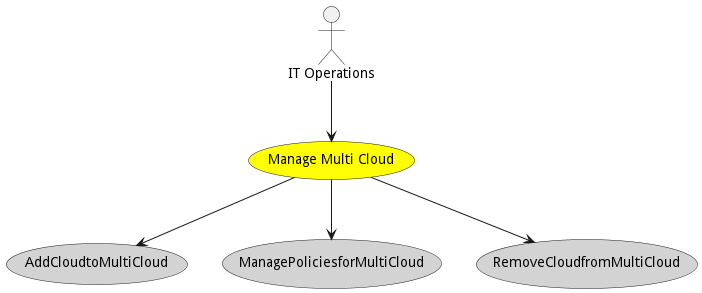
The PlantUML diagram docs/edgemere/sml/cb/usecases/managemulticloud/Activities.png in madajaju/edgemere, before a commit.
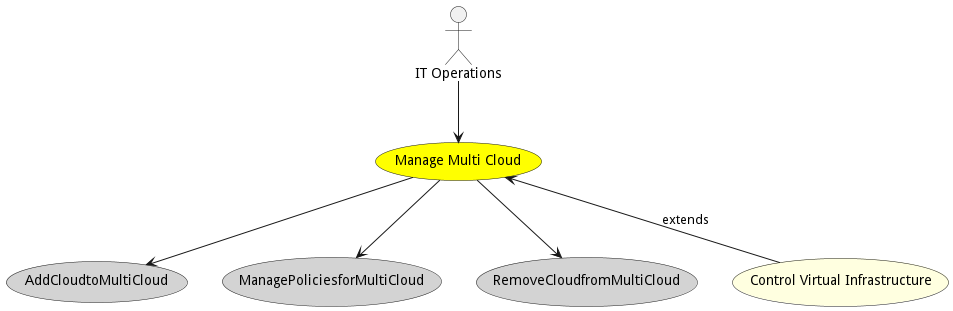
Later version of the same file.

Change to the diagram source:
```diff
@@ -23,6 +23,10 @@
 
 
 
+usecase "Control Virtual Infrastructure" as ControlVirtualInfrastructure #lightyellow
+
+ManageMultiCloud <-- ControlVirtualInfrastructure : extends
+
 
 
 
```
